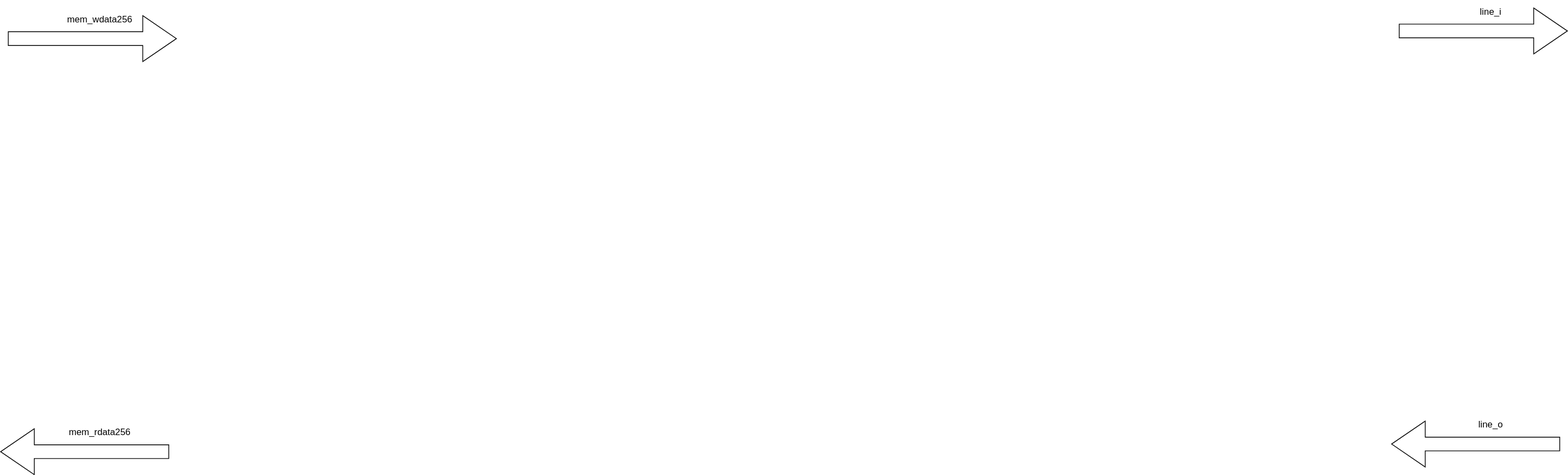
Above: mp3design.svg in nmuskopf/cs460_cloud (draw.io), before the change. Source tidied: cells renumbered, new cells last; positions are measured from the earlier drawing's top-left corner, leaving out a move shared by most shapes. Its diagram source:
```xml
<mxGraphModel>
  <root>
    <mxCell id="0" />
    <mxCell id="1" parent="0" />
    <mxCell id="2" style="shape=singleArrow;direction=west;whiteSpace=wrap;html=1;" parent="1" vertex="1">
      <mxGeometry y="560" width="220" height="60" as="geometry" />
    </mxCell>
    <mxCell id="3" value="mem_rdata256" style="text;html=1;strokeColor=none;fillColor=none;align=center;verticalAlign=middle;whiteSpace=wrap;rounded=0;" parent="1" vertex="1">
      <mxGeometry x="100" y="550" width="60" height="30" as="geometry" />
    </mxCell>
    <mxCell id="4" value="mem_wdata256" style="text;html=1;strokeColor=none;fillColor=none;align=center;verticalAlign=middle;whiteSpace=wrap;rounded=0;" parent="1" vertex="1">
      <mxGeometry x="100" y="10" width="60" height="30" as="geometry" />
    </mxCell>
    <mxCell id="5" style="shape=singleArrow;whiteSpace=wrap;html=1;" parent="1" vertex="1">
      <mxGeometry x="10" y="20" width="220" height="60" as="geometry" />
    </mxCell>
    <mxCell id="6" style="shape=singleArrow;direction=west;whiteSpace=wrap;html=1;" parent="1" vertex="1">
      <mxGeometry x="1820" y="550" width="220" height="60" as="geometry" />
    </mxCell>
    <mxCell id="7" value="line_o" style="text;html=1;strokeColor=none;fillColor=none;align=center;verticalAlign=middle;whiteSpace=wrap;rounded=0;" parent="1" vertex="1">
      <mxGeometry x="1920" y="540" width="60" height="30" as="geometry" />
    </mxCell>
    <mxCell id="8" value="line_i" style="text;html=1;strokeColor=none;fillColor=none;align=center;verticalAlign=middle;whiteSpace=wrap;rounded=0;" parent="1" vertex="1">
      <mxGeometry x="1920" width="60" height="30" as="geometry" />
    </mxCell>
    <mxCell id="9" style="shape=singleArrow;whiteSpace=wrap;html=1;" parent="1" vertex="1">
      <mxGeometry x="1830" y="10" width="220" height="60" as="geometry" />
    </mxCell>
  </root>
</mxGraphModel>
```
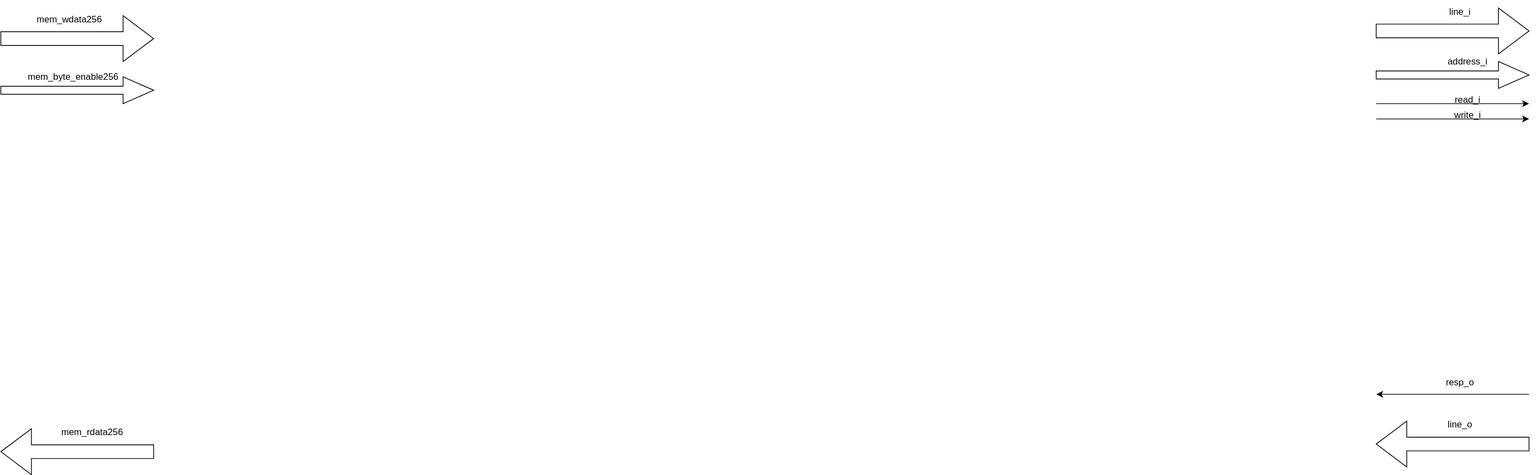
Above is the later version.

Diff of the diagram source:
```diff
@@ -3,19 +3,19 @@
     <mxCell id="0" />
     <mxCell id="1" parent="0" />
     <mxCell id="2" style="shape=singleArrow;direction=west;whiteSpace=wrap;html=1;" parent="1" vertex="1">
-      <mxGeometry y="560" width="220" height="60" as="geometry" />
+      <mxGeometry x="40" y="560" width="200" height="60" as="geometry" />
     </mxCell>
     <mxCell id="3" value="mem_rdata256" style="text;html=1;strokeColor=none;fillColor=none;align=center;verticalAlign=middle;whiteSpace=wrap;rounded=0;" parent="1" vertex="1">
-      <mxGeometry x="100" y="550" width="60" height="30" as="geometry" />
+      <mxGeometry x="130" y="550" width="60" height="30" as="geometry" />
     </mxCell>
     <mxCell id="4" value="mem_wdata256" style="text;html=1;strokeColor=none;fillColor=none;align=center;verticalAlign=middle;whiteSpace=wrap;rounded=0;" parent="1" vertex="1">
       <mxGeometry x="100" y="10" width="60" height="30" as="geometry" />
     </mxCell>
     <mxCell id="5" style="shape=singleArrow;whiteSpace=wrap;html=1;" parent="1" vertex="1">
-      <mxGeometry x="10" y="20" width="220" height="60" as="geometry" />
+      <mxGeometry x="40" y="20" width="200" height="60" as="geometry" />
     </mxCell>
     <mxCell id="6" style="shape=singleArrow;direction=west;whiteSpace=wrap;html=1;" parent="1" vertex="1">
-      <mxGeometry x="1820" y="550" width="220" height="60" as="geometry" />
+      <mxGeometry x="1840" y="550" width="200" height="60" as="geometry" />
     </mxCell>
     <mxCell id="7" value="line_o" style="text;html=1;strokeColor=none;fillColor=none;align=center;verticalAlign=middle;whiteSpace=wrap;rounded=0;" parent="1" vertex="1">
       <mxGeometry x="1920" y="540" width="60" height="30" as="geometry" />
@@ -24,7 +24,46 @@
       <mxGeometry x="1920" width="60" height="30" as="geometry" />
     </mxCell>
     <mxCell id="9" style="shape=singleArrow;whiteSpace=wrap;html=1;" parent="1" vertex="1">
-      <mxGeometry x="1830" y="10" width="220" height="60" as="geometry" />
+      <mxGeometry x="1840" y="10" width="200" height="60" as="geometry" />
     </mxCell>
+    <mxCell id="10" style="shape=singleArrow;whiteSpace=wrap;html=1;" parent="1" vertex="1">
+      <mxGeometry x="1840" y="80" width="200" height="35" as="geometry" />
+    </mxCell>
+    <mxCell id="11" value="address_i" style="text;html=1;strokeColor=none;fillColor=none;align=center;verticalAlign=middle;whiteSpace=wrap;rounded=0;" parent="1" vertex="1">
+      <mxGeometry x="1930" y="65" width="60" height="30" as="geometry" />
+    </mxCell>
+    <mxCell id="12" style="endArrow=classic;html=1;rounded=0;" parent="1" edge="1">
+      <mxGeometry relative="1" as="geometry">
+        <mxPoint x="1840" y="135" as="sourcePoint" />
+        <mxPoint x="2040" y="135" as="targetPoint" />
+      </mxGeometry>
+    </mxCell>
+    <mxCell id="13" style="endArrow=classic;html=1;rounded=0;" parent="1" edge="1">
+      <mxGeometry relative="1" as="geometry">
+        <mxPoint x="1840" y="155" as="sourcePoint" />
+        <mxPoint x="2040" y="155" as="targetPoint" />
+      </mxGeometry>
+    </mxCell>
+    <mxCell id="14" value="read_i" style="text;html=1;strokeColor=none;fillColor=none;align=center;verticalAlign=middle;whiteSpace=wrap;rounded=0;" parent="1" vertex="1">
+      <mxGeometry x="1930" y="115" width="60" height="30" as="geometry" />
+    </mxCell>
+    <mxCell id="15" value="write_i" style="text;html=1;strokeColor=none;fillColor=none;align=center;verticalAlign=middle;whiteSpace=wrap;rounded=0;" parent="1" vertex="1">
+      <mxGeometry x="1930" y="135" width="60" height="30" as="geometry" />
+    </mxCell>
+    <mxCell id="16" style="endArrow=classic;html=1;rounded=0;" parent="1" edge="1">
+      <mxGeometry relative="1" as="geometry">
+        <mxPoint x="2040" y="515" as="sourcePoint" />
+        <mxPoint x="1840" y="515" as="targetPoint" />
+      </mxGeometry>
+    </mxCell>
+    <mxCell id="17" value="resp_o" style="text;html=1;strokeColor=none;fillColor=none;align=center;verticalAlign=middle;whiteSpace=wrap;rounded=0;" parent="1" vertex="1">
+      <mxGeometry x="1920" y="485" width="60" height="30" as="geometry" />
+    </mxCell>
+    <mxCell id="18" style="shape=singleArrow;whiteSpace=wrap;html=1;" parent="1" vertex="1">
+      <mxGeometry x="40" y="100" width="200" height="35" as="geometry" />
+    </mxCell>
+    <mxCell id="19" value="mem_byte_enable256" style="text;html=1;strokeColor=none;fillColor=none;align=center;verticalAlign=middle;whiteSpace=wrap;rounded=0;" parent="1" vertex="1">
+      <mxGeometry x="105" y="85" width="60" height="30" as="geometry" />
+    </mxCell>
   </root>
 </mxGraphModel>
```
